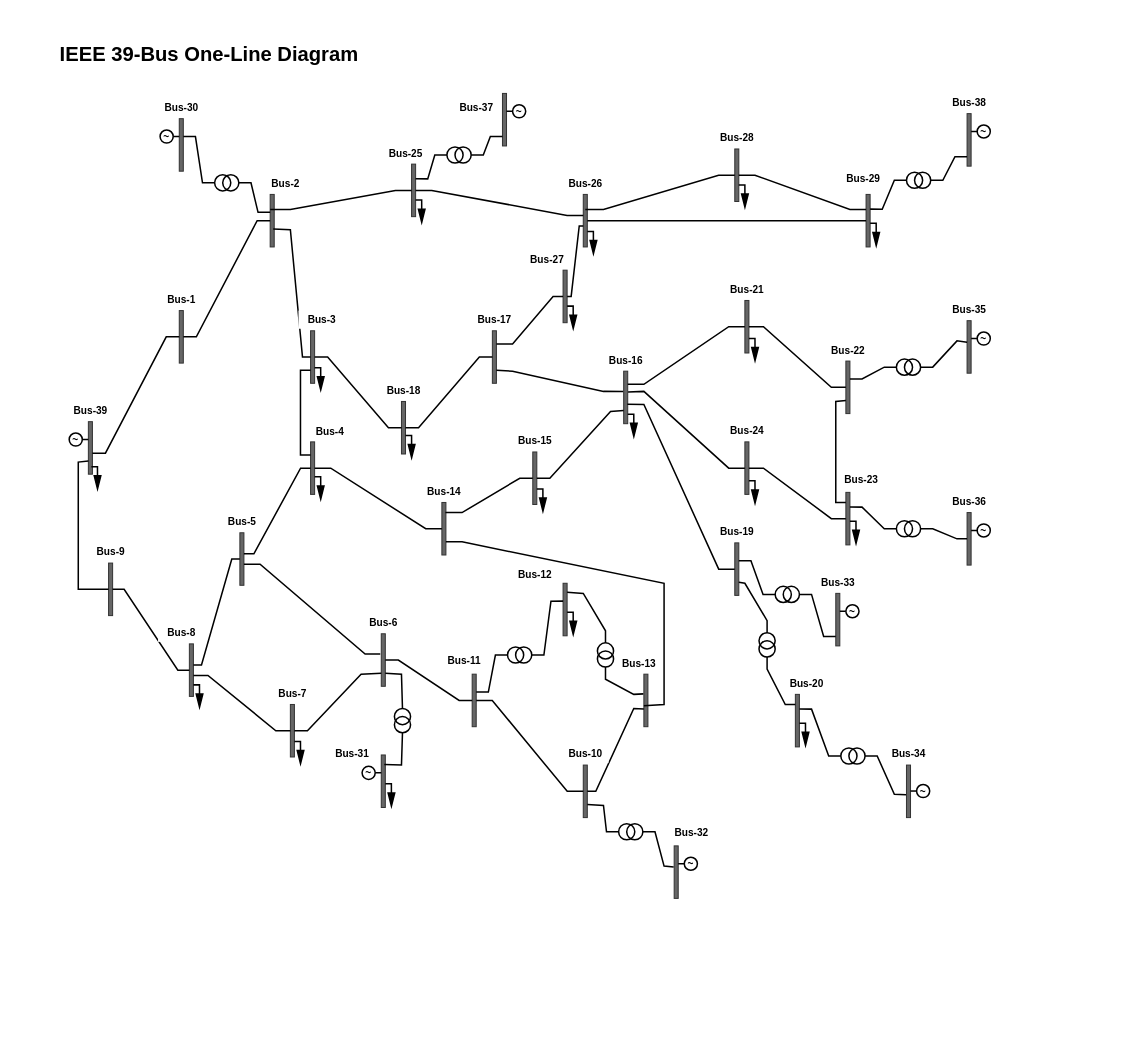
Before: wspace/data/ieee/ieee39/diagram/ieee39-oneline.drawio in InterPSS-Project/ipss-agent, a draw.io diagram. Source tidied: cells renumbered, new cells numbered last; positions are measured from the earlier drawing's top-left corner, leaving out a move shared by most shapes. Both pictures are drawn from the tidied source at 101%, with x=0, y=0 at pixel (17, 17).
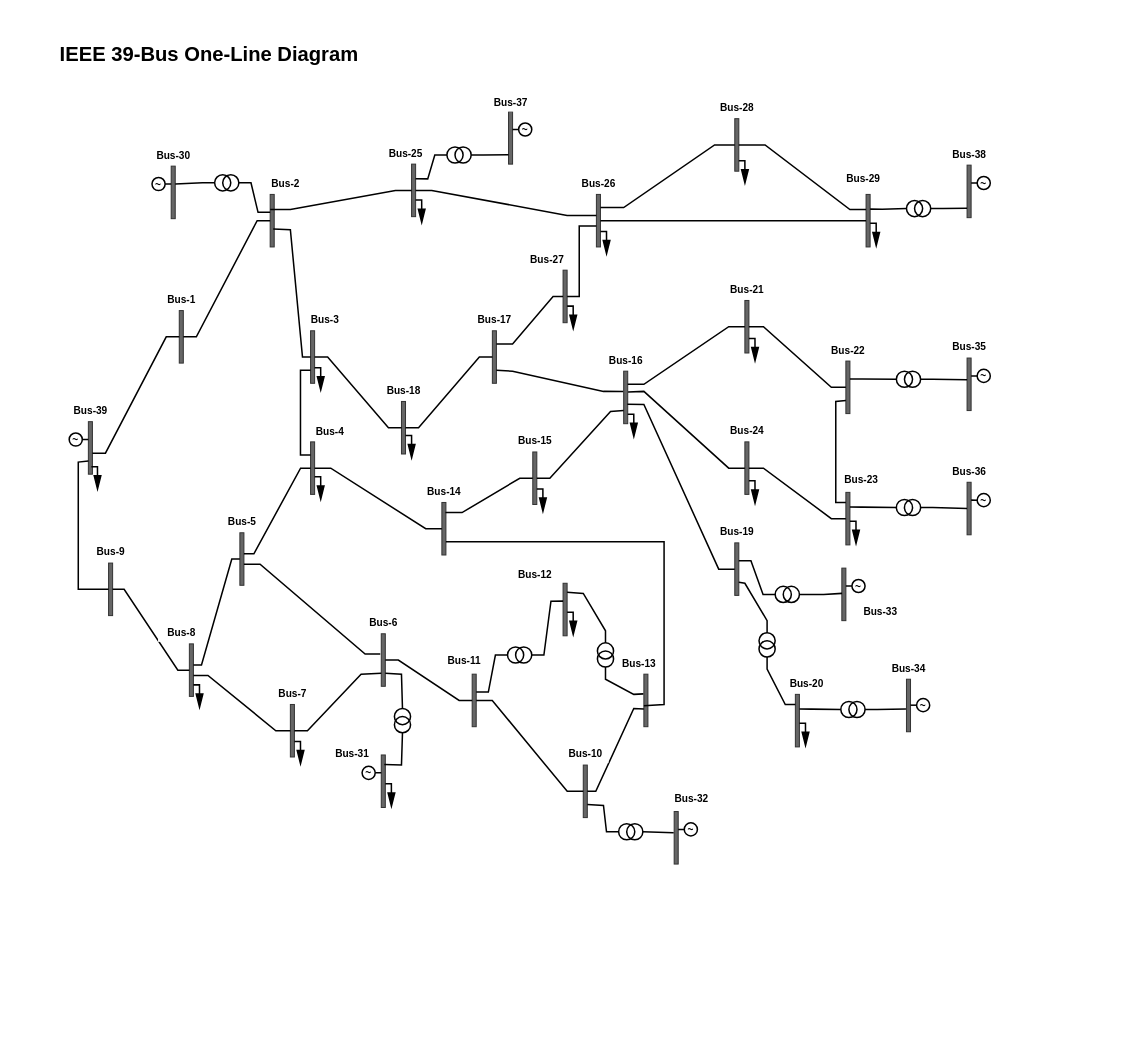
The same diagram, later.

Commit message (it also covers changes not shown here):
Update IEEE 14-Bus one-line diagrams for improved layout and consistency

Unchanged cells that the change refers to:
```xml
<mxCell id="2" style="rounded=0;fillColor=#FFFFFF;strokeColor=none;" parent="1" vertex="1">
  <mxGeometry width="1100" height="1000" as="geometry" />
</mxCell>
<mxCell id="16" style="rounded=0;fillColor=#666666;strokeColor=#333333;" parent="1" vertex="1">
  <mxGeometry x="620" y="650" width="4" height="52" as="geometry" />
</mxCell>
<mxCell id="17" style="rounded=0;fillColor=#666666;strokeColor=#333333;" parent="1" vertex="1">
  <mxGeometry x="420" y="480" width="4" height="52" as="geometry" />
</mxCell>
<mxCell id="23" style="rounded=0;fillColor=#666666;strokeColor=#333333;" parent="1" vertex="1">
  <mxGeometry x="770" y="670" width="4" height="52" as="geometry" />
</mxCell>
<mxCell id="25" style="rounded=0;fillColor=#666666;strokeColor=#333333;" parent="1" vertex="1">
  <mxGeometry x="820" y="340" width="4" height="52" as="geometry" />
</mxCell>
<mxCell id="26" style="rounded=0;fillColor=#666666;strokeColor=#333333;" parent="1" vertex="1">
  <mxGeometry x="820" y="470" width="4" height="52" as="geometry" />
</mxCell>
<mxCell id="30" style="rounded=0;fillColor=#666666;strokeColor=#333333;" parent="1" vertex="1">
  <mxGeometry x="540" y="250" width="4" height="52" as="geometry" />
</mxCell>
<mxCell id="32" style="rounded=0;fillColor=#666666;strokeColor=#333333;" parent="1" vertex="1">
  <mxGeometry x="840" y="175" width="4" height="52" as="geometry" />
</mxCell>
<mxCell id="112" style="ellipse;fillColor=none;strokeColor=#000000;strokeWidth=1.5;" parent="110" vertex="1">
  <mxGeometry x="8" width="16" height="16" as="geometry" />
</mxCell>
<mxCell id="115" style="ellipse;fillColor=none;strokeColor=#000000;strokeWidth=1.5;" parent="113" vertex="1">
  <mxGeometry x="8" width="16" height="16" as="geometry" />
</mxCell>
<mxCell id="117" style="ellipse;fillColor=none;strokeColor=#000000;strokeWidth=1.5;" parent="116" vertex="1">
  <mxGeometry width="16" height="16" as="geometry" />
</mxCell>
<mxCell id="118" style="ellipse;fillColor=none;strokeColor=#000000;strokeWidth=1.5;" parent="116" vertex="1">
  <mxGeometry x="8" width="16" height="16" as="geometry" />
</mxCell>
<mxCell id="120" style="ellipse;fillColor=none;strokeColor=#000000;strokeWidth=1.5;" parent="119" vertex="1">
  <mxGeometry width="16" height="16" as="geometry" />
</mxCell>
<mxCell id="121" style="ellipse;fillColor=none;strokeColor=#000000;strokeWidth=1.5;" parent="119" vertex="1">
  <mxGeometry x="8" width="16" height="16" as="geometry" />
</mxCell>
<mxCell id="123" style="ellipse;fillColor=none;strokeColor=#000000;strokeWidth=1.5;" parent="122" vertex="1">
  <mxGeometry width="16" height="16" as="geometry" />
</mxCell>
<mxCell id="124" style="ellipse;fillColor=none;strokeColor=#000000;strokeWidth=1.5;" parent="122" vertex="1">
  <mxGeometry x="8" width="16" height="16" as="geometry" />
</mxCell>
<mxCell id="127" style="ellipse;fillColor=none;strokeColor=#000000;strokeWidth=1.5;" parent="125" vertex="1">
  <mxGeometry x="8" width="16" height="16" as="geometry" />
</mxCell>
<mxCell id="129" style="ellipse;fillColor=none;strokeColor=#000000;strokeWidth=1.5;" parent="128" vertex="1">
  <mxGeometry width="16" height="16" as="geometry" />
</mxCell>
<mxCell id="132" style="ellipse;fillColor=none;strokeColor=#000000;strokeWidth=1.5;" parent="131" vertex="1">
  <mxGeometry width="16" height="16" as="geometry" />
</mxCell>
<mxCell id="133" style="ellipse;fillColor=none;strokeColor=#000000;strokeWidth=1.5;" parent="131" vertex="1">
  <mxGeometry x="8" width="16" height="16" as="geometry" />
</mxCell>
<mxCell id="193" style="shape=triangle;direction=south;fillColor=#000000;strokeColor=#000000;strokeWidth=1.5;" parent="192" vertex="1">
  <mxGeometry width="6.5" height="13" as="geometry" />
</mxCell>
<mxCell id="197" style="shape=triangle;direction=south;fillColor=#000000;strokeColor=#000000;strokeWidth=1.5;" parent="196" vertex="1">
  <mxGeometry width="6.5" height="13" as="geometry" />
</mxCell>
<mxCell id="211" value="~" style="ellipse;fillColor=#FFFFFF;strokeColor=#000000;strokeWidth=1.5;align=center;verticalAlign=middle;fontSize=10;fontStyle=1;fontColor=#000000;" parent="210" vertex="1">
  <mxGeometry width="13" height="13" as="geometry" />
</mxCell>
```

The edit, as a diff of the source:
```diff
@@
     <mxCell id="29" style="rounded=0;fillColor=#666666;strokeColor=#333333;" parent="1" vertex="1">
-      <mxGeometry x="560" y="175" width="4" height="52" as="geometry" />
+      <mxGeometry x="573" y="175" width="4" height="52" as="geometry" />
     </mxCell>
@@
     <mxCell id="31" style="rounded=0;fillColor=#666666;strokeColor=#333333;" parent="1" vertex="1">
-      <mxGeometry x="710" y="130" width="4" height="52" as="geometry" />
+      <mxGeometry x="710" y="100" width="4" height="52" as="geometry" />
     </mxCell>
@@
     <mxCell id="33" style="rounded=0;fillColor=#666666;strokeColor=#333333;" parent="1" vertex="1">
-      <mxGeometry x="160" y="100" width="4" height="52" as="geometry" />
+      <mxGeometry x="152" y="147" width="4" height="52" as="geometry" />
     </mxCell>
@@
     <mxCell id="35" style="rounded=0;fillColor=#666666;strokeColor=#333333;" parent="1" vertex="1">
-      <mxGeometry x="650" y="820" width="4" height="52" as="geometry" />
+      <mxGeometry x="650" y="786" width="4" height="52" as="geometry" />
     </mxCell>
     <mxCell id="36" style="rounded=0;fillColor=#666666;strokeColor=#333333;" parent="1" vertex="1">
-      <mxGeometry x="810" y="570" width="4" height="52" as="geometry" />
+      <mxGeometry x="816" y="545" width="4" height="52" as="geometry" />
     </mxCell>
     <mxCell id="37" style="rounded=0;fillColor=#666666;strokeColor=#333333;" parent="1" vertex="1">
-      <mxGeometry x="880" y="740" width="4" height="52" as="geometry" />
+      <mxGeometry x="880" y="655" width="4" height="52" as="geometry" />
     </mxCell>
     <mxCell id="38" style="rounded=0;fillColor=#666666;strokeColor=#333333;" parent="1" vertex="1">
-      <mxGeometry x="940" y="300" width="4" height="52" as="geometry" />
+      <mxGeometry x="940" y="337" width="4" height="52" as="geometry" />
     </mxCell>
     <mxCell id="39" style="rounded=0;fillColor=#666666;strokeColor=#333333;" parent="1" vertex="1">
-      <mxGeometry x="940" y="490" width="4" height="52" as="geometry" />
+      <mxGeometry x="940" y="460" width="4" height="52" as="geometry" />
     </mxCell>
     <mxCell id="40" style="rounded=0;fillColor=#666666;strokeColor=#333333;" parent="1" vertex="1">
-      <mxGeometry x="480" y="75" width="4" height="52" as="geometry" />
+      <mxGeometry x="486" y="93" width="4" height="52" as="geometry" />
     </mxCell>
     <mxCell id="41" style="rounded=0;fillColor=#666666;strokeColor=#333333;" parent="1" vertex="1">
-      <mxGeometry x="940" y="95" width="4" height="52" as="geometry" />
+      <mxGeometry x="940" y="146" width="4" height="52" as="geometry" />
     </mxCell>
@@
     <mxCell id="60" style="html=1;exitX=1;exitY=0.75;entryX=0;entryY=0.6;endArrow=none;rounded=0;strokeWidth=1.5;strokeColor=#000000;exitDx=0;exitDy=0;" parent="1" edge="1" source="17" target="16">
       <mxGeometry relative="1" as="geometry">
         <Array as="points">
           <mxPoint x="440" y="519" />
-          <mxPoint x="640" y="560" />
+          <mxPoint x="640" y="519" />
           <mxPoint x="640" y="680" />
         </Array>
       </mxGeometry>
     </mxCell>
@@
     <mxCell id="73" style="html=1;exitX=1;exitY=0.5;entryX=0;entryY=0.6;endArrow=none;rounded=0;strokeWidth=1.5;strokeColor=#000000;" parent="1" edge="1" source="30" target="29">
       <mxGeometry relative="1" as="geometry">
         <Array as="points">
-          <mxPoint x="548" y="276" />
+          <mxPoint x="556" y="276" />
           <mxPoint x="556" y="206.2" />
         </Array>
       </mxGeometry>
     </mxCell>
-    <mxCell id="74" style="html=1;exitX=0;exitY=0.5;endArrow=none;rounded=0;strokeWidth=1.5;strokeColor=#000000;" parent="1" edge="1" source="31">
-      <mxGeometry relative="1" as="geometry">
-        <mxPoint x="562" y="190" as="targetPoint" />
+    <mxCell id="74" style="html=1;exitX=0;exitY=0.5;endArrow=none;rounded=0;strokeWidth=1.5;strokeColor=#000000;entryX=1;entryY=0.25;entryDx=0;entryDy=0;" parent="1" edge="1" source="31" target="29">
+      <mxGeometry x="0.1" relative="1" as="geometry">
         <Array as="points">
-          <mxPoint x="694" y="156" />
-          <mxPoint x="580" y="190" />
+          <mxPoint x="690" y="126" />
+          <mxPoint x="600" y="188" />
         </Array>
       </mxGeometry>
     </mxCell>
@@
     <mxCell id="76" style="html=1;entryX=1;entryY=0.5;endArrow=none;rounded=0;strokeWidth=1.5;strokeColor=#000000;" parent="1" edge="1" target="31">
       <mxGeometry relative="1" as="geometry">
         <mxPoint x="840" y="190" as="sourcePoint" />
         <Array as="points">
           <mxPoint x="824" y="190" />
-          <mxPoint x="730" y="156" />
+          <mxPoint x="740" y="126" />
         </Array>
       </mxGeometry>
     </mxCell>
@@
     <mxCell id="84" style="html=1;exitX=-0.125;entryX=1;entryY=0.5;endArrow=none;rounded=0;strokeWidth=1.5;strokeColor=#000000;exitY=0.404;exitDx=0;exitDy=0;exitPerimeter=0;" parent="1" edge="1" source="35" target="112">
-      <mxGeometry relative="1" as="geometry">
-        <Array as="points">
-          <mxPoint x="640" y="840" />
-          <mxPoint x="631" y="806" />
-        </Array>
-      </mxGeometry>
+      <mxGeometry relative="1" as="geometry" />
     </mxCell>
@@
-    <mxCell id="86" style="html=1;exitX=0;entryX=1;entryY=0.5;endArrow=none;rounded=0;strokeWidth=1.5;strokeColor=#000000;exitY=0.82;" parent="1" edge="1" source="36" target="115">
-      <mxGeometry relative="1" as="geometry">
+    <mxCell id="86" style="html=1;exitX=0.742;entryX=1;entryY=0.5;endArrow=none;rounded=0;strokeWidth=1.5;strokeColor=#000000;exitY=0.57;exitDx=0;exitDy=0;exitPerimeter=0;" parent="1" edge="1" source="2" target="115">
+      <mxGeometry x="-0.01" relative="1" as="geometry">
         <Array as="points">
-          <mxPoint x="798" y="612.6" />
+          <mxPoint x="798" y="571" />
           <mxPoint x="786" y="571" />
         </Array>
       </mxGeometry>
     </mxCell>
     <mxCell id="87" style="html=1;exitX=1;entryX=0;entryY=0.5;endArrow=none;rounded=0;strokeWidth=1.5;strokeColor=#000000;exitY=0.28;" parent="1" edge="1" source="23" target="117">
       <mxGeometry relative="1" as="geometry">
         <Array as="points">
           <mxPoint x="786" y="684.6" />
-          <mxPoint x="803" y="731" />
         </Array>
       </mxGeometry>
     </mxCell>
     <mxCell id="88" style="html=1;exitX=-0.125;entryX=1;entryY=0.5;endArrow=none;rounded=0;strokeWidth=1.5;strokeColor=#000000;exitY=0.567;exitDx=0;exitDy=0;exitPerimeter=0;" parent="1" edge="1" source="37" target="118">
       <mxGeometry relative="1" as="geometry">
         <Array as="points">
-          <mxPoint x="868" y="769" />
-          <mxPoint x="851" y="731" />
+          <mxPoint x="851" y="685" />
         </Array>
       </mxGeometry>
     </mxCell>
     <mxCell id="89" style="html=1;exitX=1;entryX=0;entryY=0.5;endArrow=none;rounded=0;strokeWidth=1.5;strokeColor=#000000;exitY=0.34;" parent="1" edge="1" source="25" target="120">
       <mxGeometry relative="1" as="geometry">
         <Array as="points">
           <mxPoint x="836" y="357.7" />
-          <mxPoint x="858" y="346" />
         </Array>
       </mxGeometry>
     </mxCell>
     <mxCell id="90" style="html=1;exitX=0;entryX=1;entryY=0.5;endArrow=none;rounded=0;strokeWidth=1.5;strokeColor=#000000;exitY=0.413;exitDx=0;exitDy=0;exitPerimeter=0;" parent="1" edge="1" source="38" target="121">
       <mxGeometry relative="1" as="geometry">
         <Array as="points">
-          <mxPoint x="930" y="320" />
-          <mxPoint x="906" y="346" />
+          <mxPoint x="906" y="358" />
         </Array>
       </mxGeometry>
     </mxCell>
     <mxCell id="91" style="html=1;exitX=1;entryX=0;entryY=0.5;endArrow=none;rounded=0;strokeWidth=1.5;strokeColor=#000000;exitY=0.28;" parent="1" edge="1" source="26" target="123">
       <mxGeometry relative="1" as="geometry">
         <Array as="points">
           <mxPoint x="836" y="484.6" />
-          <mxPoint x="858" y="506" />
         </Array>
       </mxGeometry>
     </mxCell>
     <mxCell id="92" style="html=1;exitX=0;entryX=1;entryY=0.5;endArrow=none;rounded=0;strokeWidth=1.5;strokeColor=#000000;exitY=0.5;exitDx=0;exitDy=0;" parent="1" edge="1" source="39" target="124">
       <mxGeometry relative="1" as="geometry">
         <Array as="points">
-          <mxPoint x="930" y="516" />
-          <mxPoint x="906" y="506" />
+          <mxPoint x="906" y="485" />
         </Array>
       </mxGeometry>
     </mxCell>
@@
     <mxCell id="94" style="html=1;exitX=0;entryX=1;entryY=0.5;endArrow=none;rounded=0;strokeWidth=1.5;strokeColor=#000000;exitY=0.82;" parent="1" edge="1" source="40" target="127">
       <mxGeometry relative="1" as="geometry">
         <Array as="points">
-          <mxPoint x="468" y="117.6" />
           <mxPoint x="461" y="136" />
         </Array>
       </mxGeometry>
     </mxCell>
@@
     <mxCell id="96" style="html=1;exitX=1;entryX=0;entryY=0.5;endArrow=none;rounded=0;strokeWidth=1.5;strokeColor=#000000;exitY=0.34;" parent="1" edge="1" source="33" target="129">
       <mxGeometry relative="1" as="geometry">
         <Array as="points">
-          <mxPoint x="176" y="117.7" />
           <mxPoint x="183" y="163.5" />
         </Array>
       </mxGeometry>
     </mxCell>
     <mxCell id="97" style="html=1;exitX=1;entryX=0;entryY=0.5;endArrow=none;rounded=0;strokeWidth=1.5;strokeColor=#000000;exitY=0.28;" parent="1" edge="1" source="32" target="132">
       <mxGeometry relative="1" as="geometry">
         <Array as="points">
           <mxPoint x="856" y="189.6" />
-          <mxPoint x="868" y="161" />
         </Array>
       </mxGeometry>
     </mxCell>
     <mxCell id="98" style="html=1;exitX=0;entryX=1;entryY=0.5;endArrow=none;rounded=0;strokeWidth=1.5;strokeColor=#000000;exitY=0.82;" parent="1" edge="1" source="41" target="133">
       <mxGeometry relative="1" as="geometry">
         <Array as="points">
-          <mxPoint x="928" y="137.6" />
-          <mxPoint x="916" y="161" />
+          <mxPoint x="916" y="189" />
         </Array>
       </mxGeometry>
     </mxCell>
@@
     <mxCell id="116" style="group;" parent="1" vertex="1">
-      <mxGeometry x="815" y="723" width="24" height="16" as="geometry" />
+      <mxGeometry x="815" y="677" width="24" height="16" as="geometry" />
     </mxCell>
@@
     <mxCell id="119" style="group;" parent="1" vertex="1">
-      <mxGeometry x="870" y="338" width="24" height="16" as="geometry" />
+      <mxGeometry x="870" y="350" width="24" height="16" as="geometry" />
     </mxCell>
@@
     <mxCell id="122" style="group;" parent="1" vertex="1">
-      <mxGeometry x="870" y="498" width="24" height="16" as="geometry" />
+      <mxGeometry x="870" y="477" width="24" height="16" as="geometry" />
     </mxCell>
@@
     <mxCell id="131" style="group;" parent="1" vertex="1">
-      <mxGeometry x="880" y="153" width="24" height="16" as="geometry" />
+      <mxGeometry x="880" y="181" width="24" height="16" as="geometry" />
     </mxCell>
@@
     <mxCell id="150" style="endArrow=none;html=1;rounded=0;strokeColor=#000000;strokeWidth=1.5;exitX=1;exitY=0.55;" parent="1" edge="1" target="193">
       <mxGeometry relative="1" as="geometry">
-        <mxPoint x="564" y="211.6" as="sourcePoint" />
+        <mxPoint x="577" y="211.6" as="sourcePoint" />
         <Array as="points">
-          <mxPoint x="570" y="211.6" />
+          <mxPoint x="583" y="211.6" />
         </Array>
       </mxGeometry>
     </mxCell>
@@
     <mxCell id="152" style="endArrow=none;html=1;rounded=0;strokeColor=#000000;strokeWidth=1.5;exitX=1;exitY=0.55;" parent="1" edge="1" target="197">
       <mxGeometry relative="1" as="geometry">
-        <mxPoint x="714" y="165.6" as="sourcePoint" />
+        <mxPoint x="714" y="141.6" as="sourcePoint" />
         <Array as="points">
-          <mxPoint x="720" y="165.6" />
+          <mxPoint x="720" y="141.6" />
         </Array>
       </mxGeometry>
     </mxCell>
@@
     <mxCell id="159" style="endArrow=none;html=1;rounded=0;strokeColor=#000000;strokeWidth=1.5;exitX=1;exitY=0.34;entryX=0;entryY=0.5;" parent="1" edge="1" target="211">
       <mxGeometry relative="1" as="geometry">
-        <mxPoint x="884" y="765.7" as="sourcePoint" />
+        <mxPoint x="884" y="680.7" as="sourcePoint" />
       </mxGeometry>
     </mxCell>
@@
     <mxCell id="192" style="group;" parent="1" vertex="1">
-      <mxGeometry x="566.8" y="220.6" width="6.5" height="13" as="geometry" />
+      <mxGeometry x="579.8" y="220.6" width="6.5" height="13" as="geometry" />
     </mxCell>
@@
     <mxCell id="196" style="group;" parent="1" vertex="1">
-      <mxGeometry x="716.8" y="174.6" width="6.5" height="13" as="geometry" />
+      <mxGeometry x="716.8" y="150.6" width="6.5" height="13" as="geometry" />
     </mxCell>
@@
     <mxCell id="200" style="group;" parent="1" vertex="1">
-      <mxGeometry x="141" y="111.2" width="13" height="13" as="geometry" />
+      <mxGeometry x="133" y="158.2" width="13" height="13" as="geometry" />
     </mxCell>
@@
     <mxCell id="206" style="group;" parent="1" vertex="1">
-      <mxGeometry x="660" y="831.2" width="13" height="13" as="geometry" />
+      <mxGeometry x="660" y="797.2" width="13" height="13" as="geometry" />
     </mxCell>
@@
     <mxCell id="208" style="group;" parent="1" vertex="1">
-      <mxGeometry x="820" y="581.2" width="13" height="13" as="geometry" />
+      <mxGeometry x="826" y="556.2" width="13" height="13" as="geometry" />
     </mxCell>
@@
     <mxCell id="210" style="group;" parent="1" vertex="1">
-      <mxGeometry x="890" y="759.2" width="13" height="13" as="geometry" />
+      <mxGeometry x="890" y="674.2" width="13" height="13" as="geometry" />
     </mxCell>
@@
     <mxCell id="212" style="group;" parent="1" vertex="1">
-      <mxGeometry x="950" y="311.2" width="13" height="13" as="geometry" />
+      <mxGeometry x="950" y="348.2" width="13" height="13" as="geometry" />
     </mxCell>
@@
     <mxCell id="214" style="group;" parent="1" vertex="1">
-      <mxGeometry x="950" y="501.2" width="13" height="13" as="geometry" />
+      <mxGeometry x="950" y="471.2" width="13" height="13" as="geometry" />
     </mxCell>
@@
     <mxCell id="216" style="group;" parent="1" vertex="1">
-      <mxGeometry x="490" y="86.2" width="13" height="13" as="geometry" />
+      <mxGeometry x="496" y="104.2" width="13" height="13" as="geometry" />
     </mxCell>
@@
     <mxCell id="218" style="group;" parent="1" vertex="1">
-      <mxGeometry x="950" y="106.2" width="13" height="13" as="geometry" />
+      <mxGeometry x="950" y="157.2" width="13" height="13" as="geometry" />
     </mxCell>
@@
     <mxCell id="226" value="Bus-3" style="rounded=0;fillColor=#FFFFFF;strokeColor=none;html=1;align=center;verticalAlign=middle;fontSize=10;fontStyle=1;fontColor=#000000;" parent="1" vertex="1">
-      <mxGeometry x="278" y="290" width="46" height="18" as="geometry" />
+      <mxGeometry x="281" y="290" width="46" height="18" as="geometry" />
     </mxCell>
@@
     <mxCell id="249" value="Bus-26" style="rounded=0;fillColor=#FFFFFF;strokeColor=none;html=1;align=center;verticalAlign=middle;fontSize=10;fontStyle=1;fontColor=#000000;" parent="1" vertex="1">
-      <mxGeometry x="539" y="155" width="46" height="18" as="geometry" />
+      <mxGeometry x="552" y="155" width="46" height="18" as="geometry" />
     </mxCell>
@@
     <mxCell id="251" value="Bus-28" style="rounded=0;fillColor=#FFFFFF;strokeColor=none;html=1;align=center;verticalAlign=middle;fontSize=10;fontStyle=1;fontColor=#000000;" parent="1" vertex="1">
-      <mxGeometry x="689" y="110" width="46" height="18" as="geometry" />
+      <mxGeometry x="689" y="80" width="46" height="18" as="geometry" />
     </mxCell>
@@
     <mxCell id="253" value="Bus-30" style="rounded=0;fillColor=#FFFFFF;strokeColor=none;html=1;align=center;verticalAlign=middle;fontSize=10;fontStyle=1;fontColor=#000000;" parent="1" vertex="1">
-      <mxGeometry x="139" y="80" width="46" height="18" as="geometry" />
+      <mxGeometry x="131" y="127" width="46" height="18" as="geometry" />
     </mxCell>
@@
     <mxCell id="255" value="Bus-32" style="rounded=0;fillColor=#FFFFFF;strokeColor=none;html=1;align=center;verticalAlign=middle;fontSize=10;fontStyle=1;fontColor=#000000;" parent="1" vertex="1">
-      <mxGeometry x="643.5" y="798" width="46" height="18" as="geometry" />
+      <mxGeometry x="643.5" y="764" width="46" height="18" as="geometry" />
     </mxCell>
     <mxCell id="256" value="Bus-33" style="rounded=0;fillColor=#FFFFFF;strokeColor=none;html=1;align=center;verticalAlign=middle;fontSize=10;fontStyle=1;fontColor=#000000;" parent="1" vertex="1">
-      <mxGeometry x="789" y="550" width="46" height="18" as="geometry" />
+      <mxGeometry x="831" y="579" width="46" height="18" as="geometry" />
     </mxCell>
     <mxCell id="257" value="Bus-34" style="rounded=0;fillColor=#FFFFFF;strokeColor=none;html=1;align=center;verticalAlign=middle;fontSize=10;fontStyle=1;fontColor=#000000;" parent="1" vertex="1">
-      <mxGeometry x="859" y="720" width="46" height="18" as="geometry" />
+      <mxGeometry x="859" y="635" width="46" height="18" as="geometry" />
     </mxCell>
     <mxCell id="258" value="Bus-35" style="rounded=0;fillColor=#FFFFFF;strokeColor=none;html=1;align=center;verticalAlign=middle;fontSize=10;fontStyle=1;fontColor=#000000;" parent="1" vertex="1">
-      <mxGeometry x="919" y="280" width="46" height="18" as="geometry" />
+      <mxGeometry x="919" y="317" width="46" height="18" as="geometry" />
     </mxCell>
     <mxCell id="259" value="Bus-36" style="rounded=0;fillColor=#FFFFFF;strokeColor=none;html=1;align=center;verticalAlign=middle;fontSize=10;fontStyle=1;fontColor=#000000;" parent="1" vertex="1">
-      <mxGeometry x="919" y="470" width="46" height="18" as="geometry" />
+      <mxGeometry x="919" y="440" width="46" height="18" as="geometry" />
     </mxCell>
     <mxCell id="260" value="Bus-37" style="rounded=0;fillColor=#FFFFFF;strokeColor=none;html=1;align=center;verticalAlign=middle;fontSize=10;fontStyle=1;fontColor=#000000;" parent="1" vertex="1">
-      <mxGeometry x="431" y="80" width="46" height="18" as="geometry" />
+      <mxGeometry x="465" y="75" width="46" height="18" as="geometry" />
     </mxCell>
     <mxCell id="261" value="Bus-38" style="rounded=0;fillColor=#FFFFFF;strokeColor=none;html=1;align=center;verticalAlign=middle;fontSize=10;fontStyle=1;fontColor=#000000;" parent="1" vertex="1">
-      <mxGeometry x="919" y="75" width="46" height="18" as="geometry" />
+      <mxGeometry x="919" y="126" width="46" height="18" as="geometry" />
     </mxCell>
```
